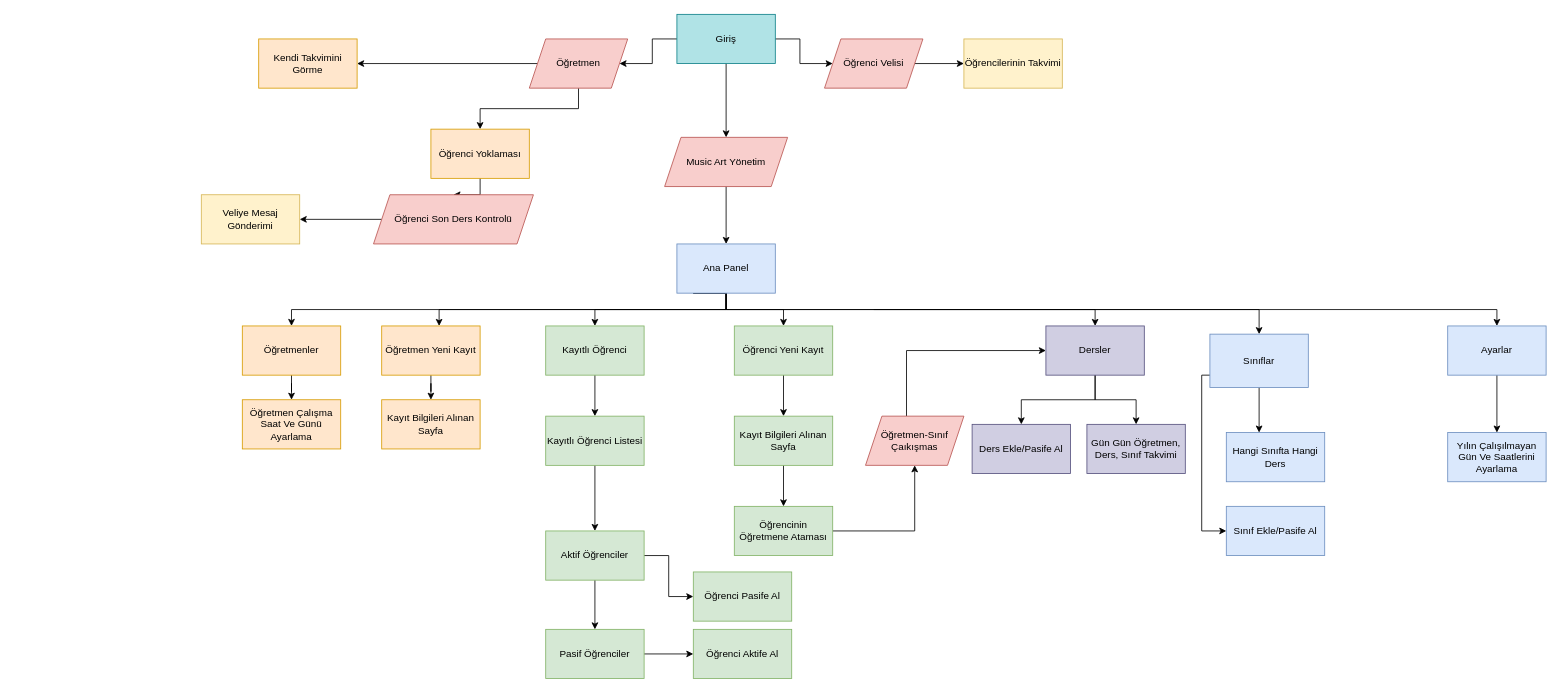
10urbulut/music_art keeps this draw.io diagram as musicartflow.drawio. Above is the earlier version. Source tidied: cells renumbered, new cells numbered last; positions are measured from the earlier drawing's top-left corner, leaving out a move shared by most shapes. Both pictures are drawn from the tidied source at 82%, with x=0, y=0 at pixel (201, 14).
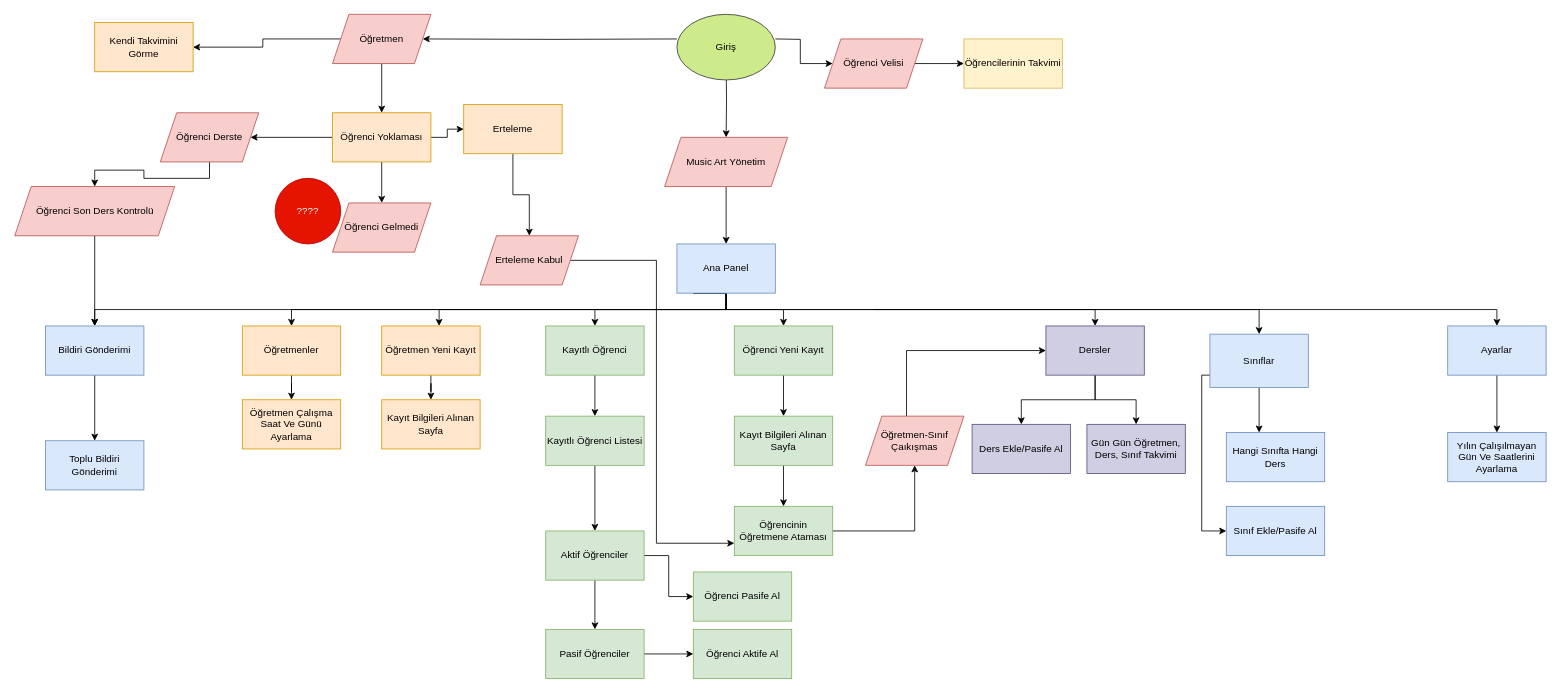
Above is the later version.

Unchanged cells that the change refers to:
```xml
<mxCell id="7" value="Music Art Yönetim" style="shape=parallelogram;perimeter=parallelogramPerimeter;whiteSpace=wrap;html=1;fixedSize=1;fillColor=#f8cecc;strokeColor=#b85450;rounded=0;" parent="1" vertex="1">
  <mxGeometry x="565" y="150" width="150" height="60" as="geometry" />
</mxCell>
<mxCell id="15" value="Ana Panel" style="rounded=0;whiteSpace=wrap;html=1;fillColor=#dae8fc;strokeColor=#6c8ebf;" parent="1" vertex="1">
  <mxGeometry x="580" y="280" width="120" height="60" as="geometry" />
</mxCell>
<mxCell id="22" value="Öğrenci Velisi" style="shape=parallelogram;perimeter=parallelogramPerimeter;whiteSpace=wrap;html=1;fixedSize=1;fillColor=#f8cecc;strokeColor=#b85450;rounded=0;" parent="1" vertex="1">
  <mxGeometry x="760" y="30" width="120" height="60" as="geometry" />
</mxCell>
<mxCell id="50" value="Öğrencinin Öğretmene Ataması" style="whiteSpace=wrap;html=1;fillColor=#d5e8d4;strokeColor=#82b366;rounded=0;" parent="1" vertex="1">
  <mxGeometry x="650" y="600" width="120" height="60" as="geometry" />
</mxCell>
```

Change to the diagram source:
```diff
@@
-    <mxCell id="2" style="edgeStyle=orthogonalEdgeStyle;rounded=0;jettySize=auto;html=1;" parent="1" edge="1" source="5" target="7">
-      <mxGeometry relative="1" as="geometry" />
+    <mxCell id="2" style="edgeStyle=orthogonalEdgeStyle;rounded=0;jettySize=auto;html=1;" parent="1" edge="1" target="7">
+      <mxGeometry relative="1" as="geometry">
+        <mxPoint x="640" y="60" as="sourcePoint" />
+      </mxGeometry>
     </mxCell>
-    <mxCell id="3" style="edgeStyle=orthogonalEdgeStyle;rounded=0;jettySize=auto;html=1;" parent="1" edge="1" source="5" target="18">
-      <mxGeometry relative="1" as="geometry" />
+    <mxCell id="3" style="edgeStyle=orthogonalEdgeStyle;rounded=0;jettySize=auto;html=1;" parent="1" edge="1" target="18">
+      <mxGeometry relative="1" as="geometry">
+        <mxPoint x="580" y="30" as="sourcePoint" />
+      </mxGeometry>
     </mxCell>
-    <mxCell id="4" style="edgeStyle=orthogonalEdgeStyle;rounded=0;jettySize=auto;html=1;" parent="1" edge="1" source="5" target="22">
-      <mxGeometry relative="1" as="geometry" />
+    <mxCell id="4" style="edgeStyle=orthogonalEdgeStyle;rounded=0;jettySize=auto;html=1;" parent="1" edge="1" target="22">
+      <mxGeometry relative="1" as="geometry">
+        <mxPoint x="700" y="30" as="sourcePoint" />
+      </mxGeometry>
     </mxCell>
-    <mxCell id="5" value="Giriş" style="rounded=0;whiteSpace=wrap;html=1;fillColor=#b0e3e6;strokeColor=#0e8088;" parent="1" vertex="1">
-      <mxGeometry x="580" width="120" height="60" as="geometry" />
-    </mxCell>
@@
+    <mxCell id="66" style="edgeStyle=orthogonalEdgeStyle;rounded=0;jettySize=auto;html=1;" parent="1" edge="1" source="15" target="71">
+      <mxGeometry relative="1" as="geometry">
+        <Array as="points">
+          <mxPoint x="640" y="360" />
+          <mxPoint x="-130" y="360" />
+        </Array>
+      </mxGeometry>
+    </mxCell>
@@
     <mxCell id="18" value="Öğretmen" style="shape=parallelogram;perimeter=parallelogramPerimeter;whiteSpace=wrap;html=1;fixedSize=1;fillColor=#f8cecc;strokeColor=#b85450;rounded=0;" parent="1" vertex="1">
-      <mxGeometry x="400" y="30" width="120" height="60" as="geometry" />
+      <mxGeometry x="160" width="120" height="60" as="geometry" />
     </mxCell>
-    <mxCell id="19" style="edgeStyle=orthogonalEdgeStyle;rounded=0;jettySize=auto;html=1;" parent="1" edge="1" source="20" target="52">
-      <mxGeometry relative="1" as="geometry" />
-    </mxCell>
+    <mxCell id="67" style="edgeStyle=orthogonalEdgeStyle;rounded=0;jettySize=auto;html=1;" parent="1" edge="1" source="20" target="74">
+      <mxGeometry relative="1" as="geometry" />
+    </mxCell>
+    <mxCell id="68" style="edgeStyle=orthogonalEdgeStyle;rounded=0;jettySize=auto;html=1;" parent="1" edge="1" source="20" target="75">
+      <mxGeometry relative="1" as="geometry" />
+    </mxCell>
+    <mxCell id="69" style="edgeStyle=orthogonalEdgeStyle;rounded=0;jettySize=auto;html=1;" parent="1" edge="1" source="20" target="80">
+      <mxGeometry relative="1" as="geometry" />
+    </mxCell>
     <mxCell id="20" value="Öğrenci Yoklaması" style="rounded=0;whiteSpace=wrap;html=1;fillColor=#ffe6cc;strokeColor=#d79b00;" parent="1" vertex="1">
-      <mxGeometry x="280" y="140" width="120" height="60" as="geometry" />
+      <mxGeometry x="160" y="120" width="120" height="60" as="geometry" />
     </mxCell>
@@
     <mxCell id="35" value="Kendi Takvimini Görme" style="whiteSpace=wrap;html=1;fillColor=#ffe6cc;strokeColor=#d79b00;rounded=0;" parent="1" vertex="1">
-      <mxGeometry x="70" y="30" width="120" height="60" as="geometry" />
+      <mxGeometry x="-130" y="10" width="120" height="60" as="geometry" />
     </mxCell>
@@
-    <mxCell id="51" style="edgeStyle=orthogonalEdgeStyle;rounded=0;jettySize=auto;html=1;" parent="1" edge="1" source="52" target="53">
+    <mxCell id="51" style="edgeStyle=orthogonalEdgeStyle;rounded=0;jettySize=auto;html=1;" parent="1" edge="1" source="52" target="71">
       <mxGeometry relative="1" as="geometry" />
     </mxCell>
     <mxCell id="52" value="Öğrenci Son Ders Kontrolü" style="shape=parallelogram;perimeter=parallelogramPerimeter;whiteSpace=wrap;html=1;fixedSize=1;fillColor=#f8cecc;strokeColor=#b85450;rounded=0;" parent="1" vertex="1">
-      <mxGeometry x="210" y="220" width="195" height="60" as="geometry" />
+      <mxGeometry x="-227.5" y="210" width="195" height="60" as="geometry" />
     </mxCell>
-    <mxCell id="53" value="Veliye Mesaj Gönderimi" style="whiteSpace=wrap;html=1;fillColor=#fff2cc;strokeColor=#d6b656;rounded=0;" parent="1" vertex="1">
-      <mxGeometry y="220" width="120" height="60" as="geometry" />
-    </mxCell>
@@
+    <mxCell id="70" style="edgeStyle=orthogonalEdgeStyle;rounded=0;jettySize=auto;html=1;" parent="1" edge="1" source="71" target="72">
+      <mxGeometry relative="1" as="geometry" />
+    </mxCell>
+    <mxCell id="71" value="Bildiri Gönderimi" style="whiteSpace=wrap;html=1;fillColor=#dae8fc;strokeColor=#6c8ebf;rounded=0;" parent="1" vertex="1">
+      <mxGeometry x="-190" y="380" width="120" height="60" as="geometry" />
+    </mxCell>
+    <mxCell id="72" value="Toplu Bildiri Gönderimi" style="whiteSpace=wrap;html=1;fillColor=#dae8fc;strokeColor=#6c8ebf;rounded=0;" parent="1" vertex="1">
+      <mxGeometry x="-190" y="520" width="120" height="60" as="geometry" />
+    </mxCell>
+    <mxCell id="73" style="edgeStyle=orthogonalEdgeStyle;rounded=0;jettySize=auto;html=1;" parent="1" edge="1" source="74" target="52">
+      <mxGeometry relative="1" as="geometry" />
+    </mxCell>
+    <mxCell id="74" value="Öğrenci Derste" style="shape=parallelogram;perimeter=parallelogramPerimeter;whiteSpace=wrap;html=1;fixedSize=1;fillColor=#f8cecc;strokeColor=#b85450;rounded=0;" parent="1" vertex="1">
+      <mxGeometry x="-50" y="120" width="120" height="60" as="geometry" />
+    </mxCell>
+    <mxCell id="5" value="Giriş" style="ellipse;whiteSpace=wrap;html=1;fillColor=#cdeb8b;strokeColor=#36393d;" parent="1" vertex="1">
+      <mxGeometry x="580" width="120" height="80" as="geometry" />
+    </mxCell>
+    <mxCell id="75" value="Öğrenci Gelmedi" style="shape=parallelogram;perimeter=parallelogramPerimeter;whiteSpace=wrap;html=1;fixedSize=1;fillColor=#f8cecc;strokeColor=#b85450;rounded=0;" parent="1" vertex="1">
+      <mxGeometry x="160" y="230" width="120" height="60" as="geometry" />
+    </mxCell>
+    <mxCell id="76" value="????" style="ellipse;whiteSpace=wrap;html=1;fillColor=#e51400;fontColor=#ffffff;strokeColor=#B20000;" parent="1" vertex="1">
+      <mxGeometry x="90" y="200" width="80" height="80" as="geometry" />
+    </mxCell>
+    <mxCell id="77" style="edgeStyle=orthogonalEdgeStyle;rounded=0;jettySize=auto;html=1;entryX=0;entryY=0.75;entryDx=0;entryDy=0;" parent="1" edge="1" source="78" target="50">
+      <mxGeometry relative="1" as="geometry" />
+    </mxCell>
+    <mxCell id="78" value="Erteleme Kabul" style="shape=parallelogram;perimeter=parallelogramPerimeter;whiteSpace=wrap;html=1;fixedSize=1;fillColor=#f8cecc;strokeColor=#b85450;rounded=0;" parent="1" vertex="1">
+      <mxGeometry x="340" y="270" width="120" height="60" as="geometry" />
+    </mxCell>
+    <mxCell id="79" style="edgeStyle=orthogonalEdgeStyle;rounded=0;jettySize=auto;html=1;" parent="1" edge="1" source="80" target="78">
+      <mxGeometry relative="1" as="geometry" />
+    </mxCell>
+    <mxCell id="80" value="Erteleme" style="whiteSpace=wrap;html=1;fillColor=#ffe6cc;strokeColor=#d79b00;rounded=0;" parent="1" vertex="1">
+      <mxGeometry x="320" y="110" width="120" height="60" as="geometry" />
+    </mxCell>
```
